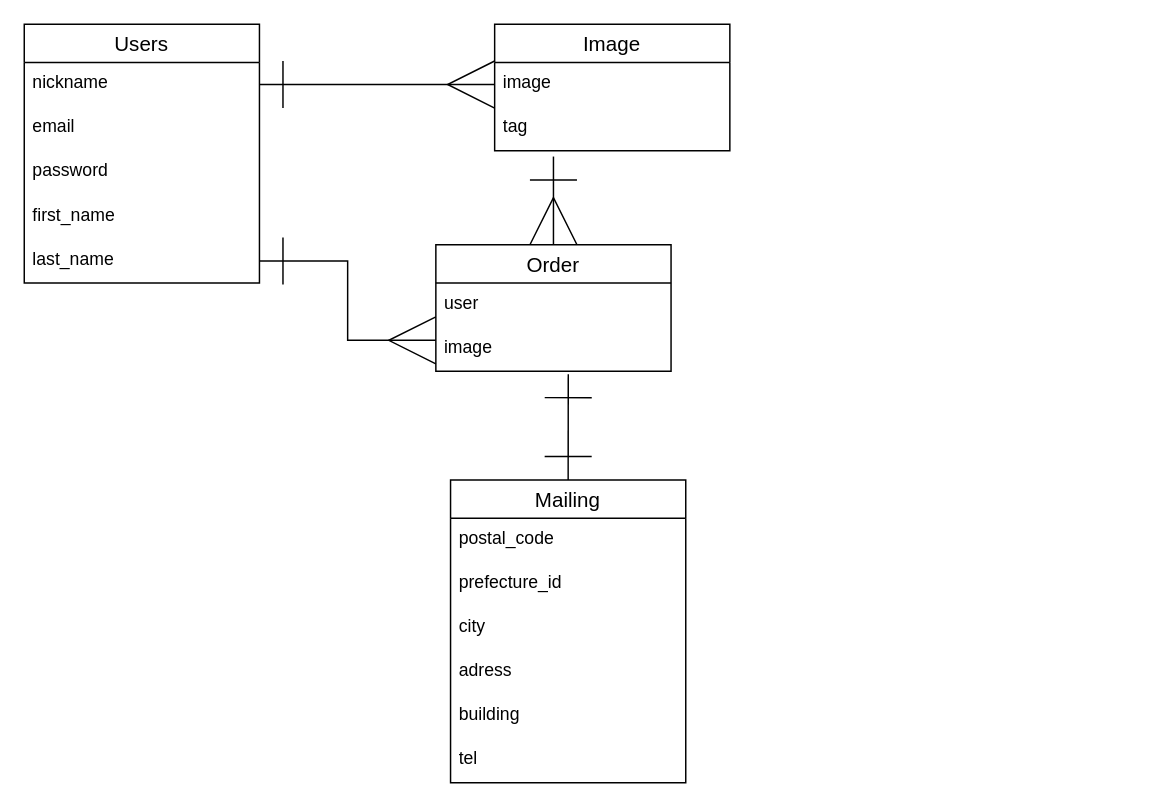
phy-homa/imagecal keeps this draw.io diagram as imagecal.dio. Above is the earlier version. Source tidied: cells renumbered, new cells numbered last; positions are measured from the earlier drawing's top-left corner, leaving out a move shared by most shapes. Both pictures are drawn from the tidied source at 147%, with x=0, y=0 at pixel (24, 24).
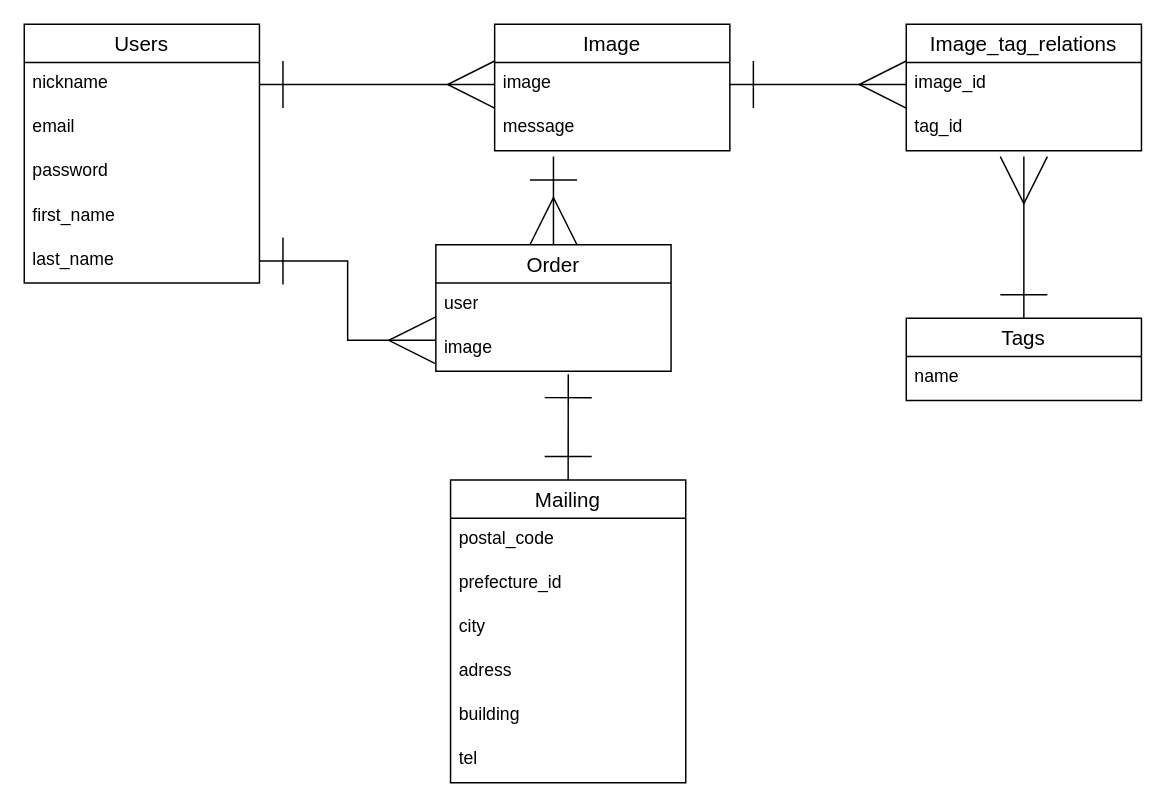
The same page after the edit.

Unchanged cells that the change refers to:
```xml
<mxCell id="8" value="Image" style="swimlane;fontStyle=0;horizontal=1;startSize=26;align=center;fontSize=14;" parent="1" vertex="1">
  <mxGeometry x="320" width="160" height="86" as="geometry" />
</mxCell>
<mxCell id="9" value="image" style="text;strokeColor=none;fillColor=none;spacingLeft=4;spacingRight=4;overflow=hidden;points=[[0,0.5],[1,0.5]];portConstraint=eastwest;fontSize=12;" parent="8" vertex="1">
  <mxGeometry y="26" width="160" height="30" as="geometry" />
</mxCell>
```

Change to the diagram source:
```diff
@@
-    <mxCell id="10" value="tag" style="text;strokeColor=none;fillColor=none;spacingLeft=4;spacingRight=4;overflow=hidden;fontSize=12;" parent="8" vertex="1">
+    <mxCell id="10" value="message" style="text;strokeColor=none;fillColor=none;spacingLeft=4;spacingRight=4;overflow=hidden;fontSize=12;" parent="8" vertex="1">
       <mxGeometry y="56" width="160" height="30" as="geometry" />
     </mxCell>
@@
+    <mxCell id="25" style="edgeStyle=orthogonalEdgeStyle;rounded=0;jettySize=auto;html=1;exitX=0.5;exitY=0;exitDx=0;exitDy=0;startArrow=ERone;startFill=0;endArrow=ERmany;endFill=0;startSize=30;endSize=30;" parent="1" edge="1" source="26">
+      <mxGeometry relative="1" as="geometry">
+        <mxPoint x="680" y="90" as="targetPoint" />
+      </mxGeometry>
+    </mxCell>
+    <mxCell id="26" value="Tags" style="swimlane;fontStyle=0;horizontal=1;startSize=26;align=center;fontSize=14;" parent="1" vertex="1">
+      <mxGeometry x="600" y="200" width="160" height="56" as="geometry" />
+    </mxCell>
+    <mxCell id="27" value="name" style="text;strokeColor=none;fillColor=none;spacingLeft=4;spacingRight=4;overflow=hidden;fontSize=12;" parent="26" vertex="1">
+      <mxGeometry y="26" width="160" height="30" as="geometry" />
+    </mxCell>
+    <mxCell id="28" value="Image_tag_relations" style="swimlane;fontStyle=0;horizontal=1;startSize=26;align=center;fontSize=14;" parent="1" vertex="1">
+      <mxGeometry x="600" width="160" height="86" as="geometry" />
+    </mxCell>
+    <mxCell id="29" value="image_id" style="text;strokeColor=none;fillColor=none;spacingLeft=4;spacingRight=4;overflow=hidden;points=[[0,0.5],[1,0.5]];portConstraint=eastwest;fontSize=12;" parent="28" vertex="1">
+      <mxGeometry y="26" width="160" height="30" as="geometry" />
+    </mxCell>
+    <mxCell id="30" value="tag_id" style="text;strokeColor=none;fillColor=none;spacingLeft=4;spacingRight=4;overflow=hidden;fontSize=12;" parent="28" vertex="1">
+      <mxGeometry y="56" width="160" height="30" as="geometry" />
+    </mxCell>
+    <mxCell id="31" style="edgeStyle=orthogonalEdgeStyle;rounded=0;jettySize=auto;html=1;exitX=1;exitY=0.5;exitDx=0;exitDy=0;startArrow=ERone;startFill=0;endArrow=ERmany;endFill=0;startSize=30;endSize=30;" parent="1" edge="1" source="9" target="29">
+      <mxGeometry relative="1" as="geometry" />
+    </mxCell>
```
